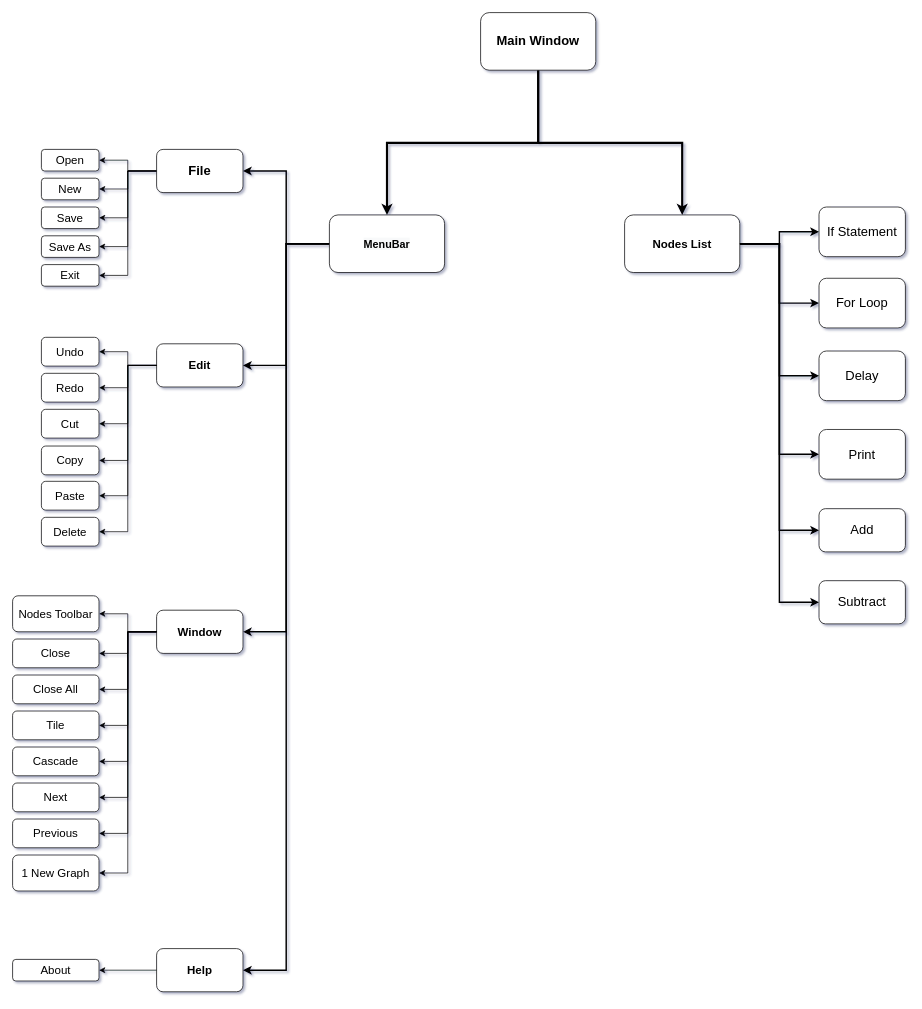
Sheriff99yt/Vision_Visual_Scripting keeps this draw.io diagram as page "Page-1" (1 of 2) of Flowchart MenuBar.drawio. Above is the earlier version. Source tidied: cells renumbered, new cells numbered last; positions are measured from the earlier drawing's top-left corner, leaving out a move shared by most shapes. Both pictures are drawn from the tidied source at 72%, with x=0, y=0 at pixel (12, 12).
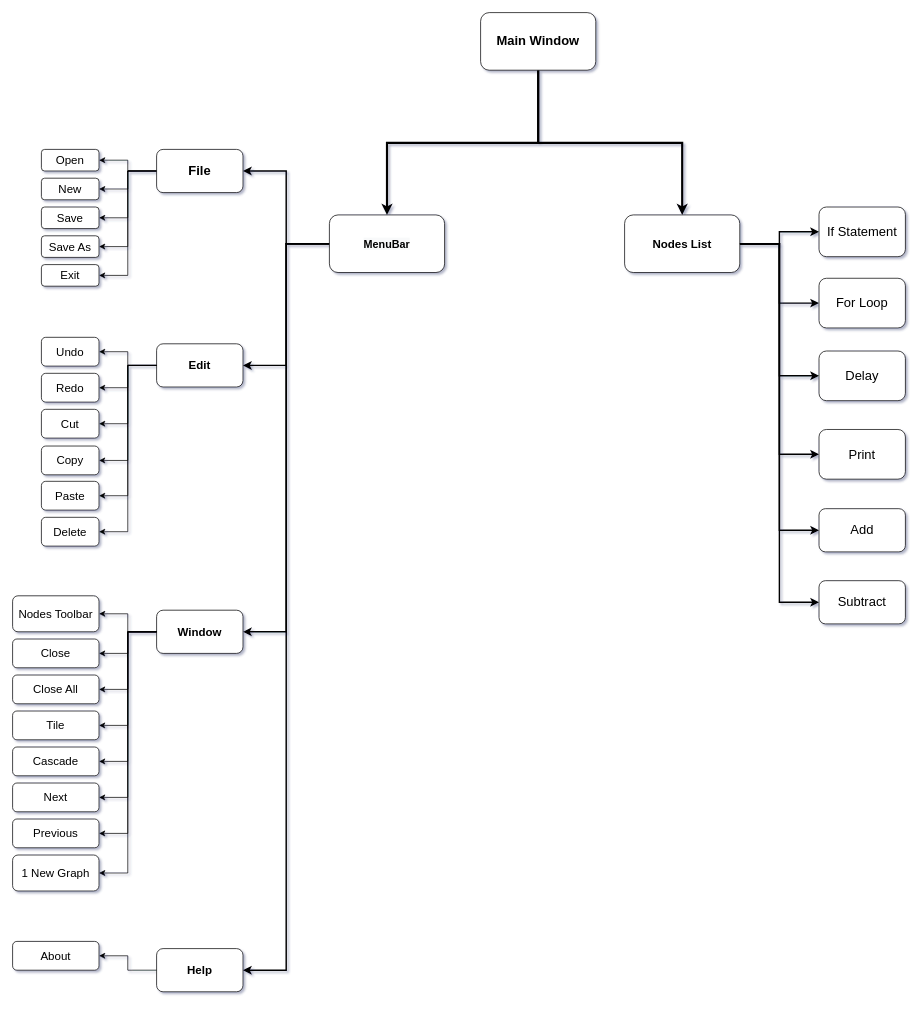
The same diagram, later.

Unchanged cells that the change refers to:
```xml
<mxCell id="46" value="&lt;b&gt;Help&lt;/b&gt;" style="rounded=1;whiteSpace=wrap;html=1;fontFamily=Helvetica;fontSize=16;fontColor=rgb(0, 0, 0);align=center;strokeColor=rgb(0, 0, 0);fillColor=rgb(255, 255, 255);" parent="1" vertex="1">
  <mxGeometry x="200" y="1300" width="120" height="60" as="geometry" />
</mxCell>
```

Diff of the diagram source:
```diff
@@
     <mxCell id="47" value="About" style="rounded=1;whiteSpace=wrap;html=1;fontFamily=Helvetica;fontSize=16;fontColor=rgb(0, 0, 0);align=center;strokeColor=rgb(0, 0, 0);fillColor=rgb(255, 255, 255);" parent="1" vertex="1">
-      <mxGeometry y="1315" width="120" height="30" as="geometry" />
+      <mxGeometry y="1290" width="120" height="40" as="geometry" />
     </mxCell>
-    <mxCell id="48" style="endArrow=classic;html=1;rounded=0;fontSize=16;fontColor=default;endFill=1;strokeWidth=1;" parent="1" edge="1" source="46" target="47">
+    <mxCell id="48" style="endArrow=classic;html=1;rounded=0;fontSize=16;fontColor=default;endFill=1;strokeWidth=1;edgeStyle=elbowEdgeStyle;" parent="1" edge="1" source="46" target="47">
       <mxGeometry relative="1" as="geometry" />
     </mxCell>
```
